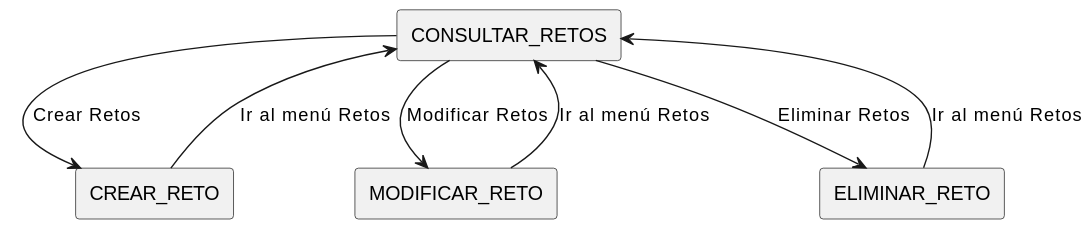
Before: Documentos/Imagenes/DiagramasContexto/DiagramasDeContextoAdministrador/DiagramaDeContextoConsultarRetosAdministrador.svg, a diagram exported from PlantUML (mmasias/24-25-IdSw1-SDR). Source of this version:
```plantuml
@startuml
!define RECTANGLE(x) rectangle x

RECTANGLE(CONSULTAR_RETOS)
RECTANGLE(CREAR_RETO)
RECTANGLE(MODIFICAR_RETO)
RECTANGLE(ELIMINAR_RETO)

CONSULTAR_RETOS --> CREAR_RETO : Crear Retos
CREAR_RETO --> CONSULTAR_RETOS : Ir al menú Retos

CONSULTAR_RETOS --> MODIFICAR_RETO : Modificar Retos
MODIFICAR_RETO --> CONSULTAR_RETOS : Ir al menú Retos

CONSULTAR_RETOS --> ELIMINAR_RETO : Eliminar Retos
ELIMINAR_RETO --> CONSULTAR_RETOS : Ir al menú Retos
@enduml
```
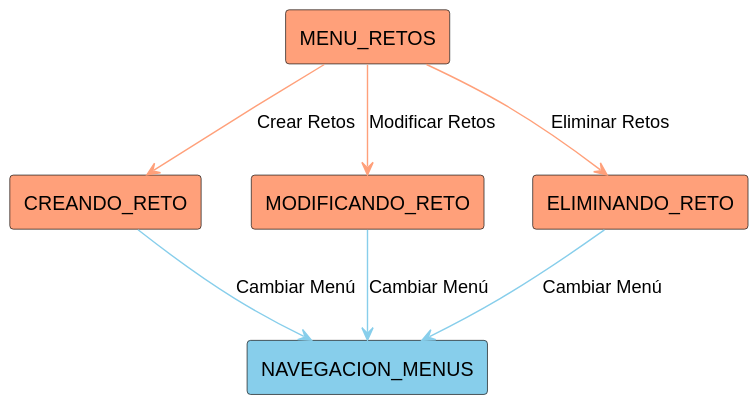
Above is the later version.

Diff of the diagram source:
```diff
@@ -1,17 +1,19 @@
 @startuml
 !define RECTANGLE(x) rectangle x
 
-RECTANGLE(CONSULTAR_RETOS)
-RECTANGLE(CREAR_RETO)
-RECTANGLE(MODIFICAR_RETO)
-RECTANGLE(ELIMINAR_RETO)
+RECTANGLE(MENU_RETOS)#LightSalmon
+RECTANGLE(CREANDO_RETO)#LightSalmon
+RECTANGLE(MODIFICANDO_RETO)#LightSalmon
+RECTANGLE(ELIMINANDO_RETO)#LightSalmon
+RECTANGLE(NAVEGACION_MENUS) #SkyBlue
 
-CONSULTAR_RETOS --> CREAR_RETO : Crear Retos
-CREAR_RETO --> CONSULTAR_RETOS : Ir al menú Retos
 
-CONSULTAR_RETOS --> MODIFICAR_RETO : Modificar Retos
-MODIFICAR_RETO --> CONSULTAR_RETOS : Ir al menú Retos
+MENU_RETOS -[#LightSalmon]-> CREANDO_RETO : Crear Retos
+CREANDO_RETO -[#SkyBlue]-> NAVEGACION_MENUS : Cambiar Menú
 
-CONSULTAR_RETOS --> ELIMINAR_RETO : Eliminar Retos
-ELIMINAR_RETO --> CONSULTAR_RETOS : Ir al menú Retos
+MENU_RETOS -[#LightSalmon]-> MODIFICANDO_RETO : Modificar Retos
+MODIFICANDO_RETO -[#SkyBlue]-> NAVEGACION_MENUS : Cambiar Menú
+
+MENU_RETOS -[#LightSalmon]-> ELIMINANDO_RETO : Eliminar Retos
+ELIMINANDO_RETO -[#SkyBlue]-> NAVEGACION_MENUS : Cambiar Menú
 @enduml
```
